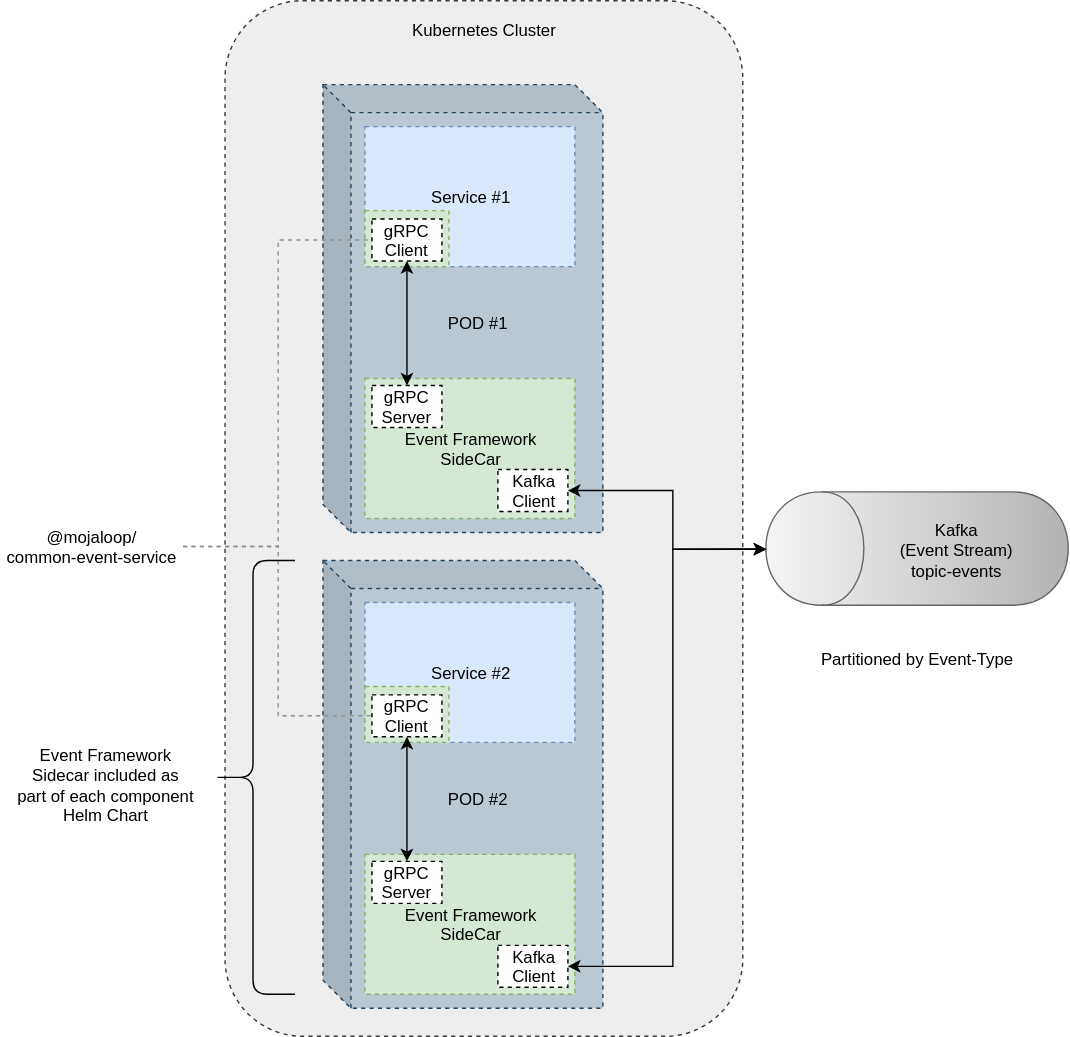
Earlier version of the draw.io export mojaloop-technical-overview/event-framework/assets/diagrams/architecture/architecture-event-sidecar.svg (mojaloop/documentation). Source tidied: cells renumbered, new cells last; positions are measured from the earlier drawing's top-left corner, leaving out a move shared by most shapes.
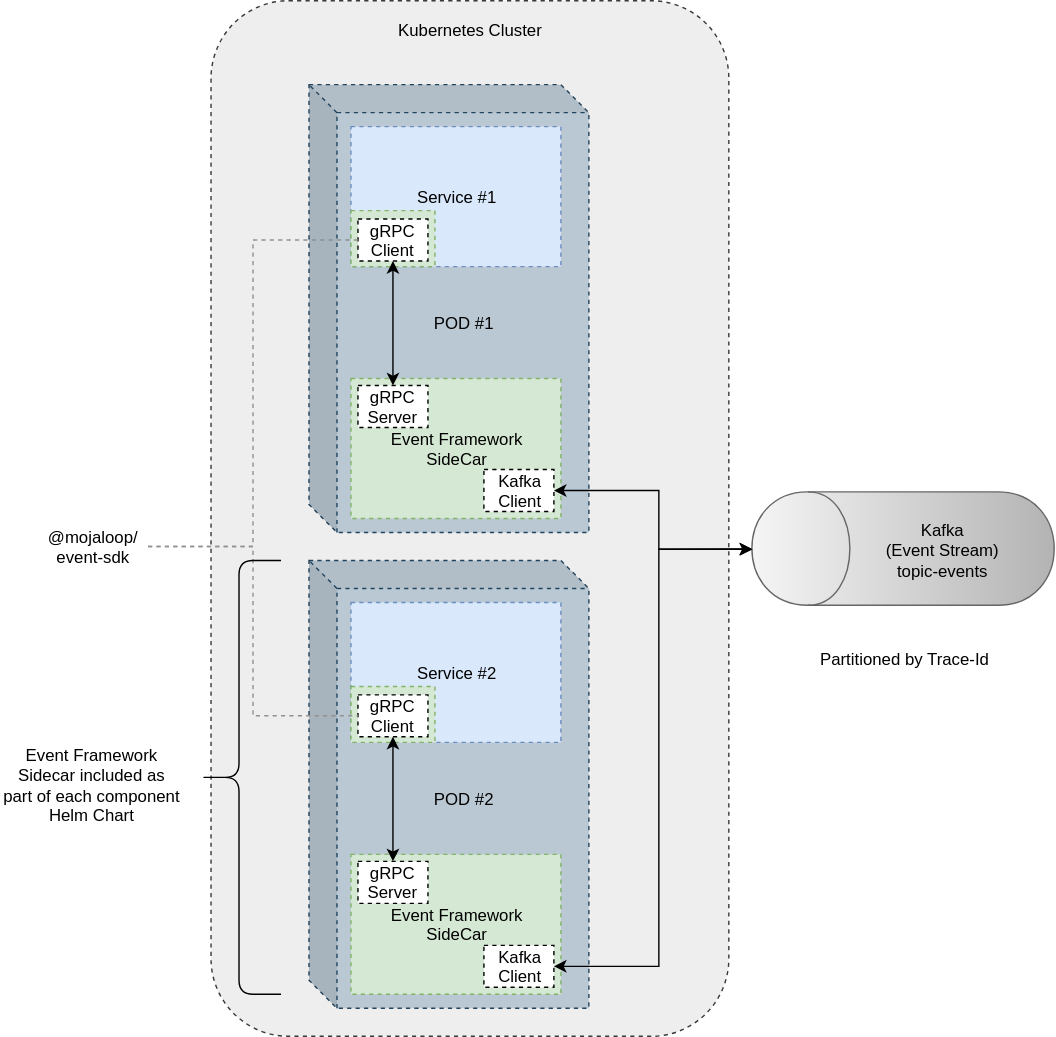
The same file after the commit.

Commit message:
Updated all diagrams for event design changes for PoC

The edit, as a diff of the source:
```diff
@@ -49,7 +49,7 @@
     <mxCell id="15" value="Kafka&lt;br&gt;Client&lt;br&gt;" style="rounded=0;whiteSpace=wrap;html=1;dashed=1;" parent="1" vertex="1">
       <mxGeometry x="355" y="675" width="50" height="30" as="geometry" />
     </mxCell>
-    <mxCell id="16" value="&lt;div style=&quot;text-align: left&quot;&gt;Partitioned by Event-Type&lt;/div&gt;" style="text;html=1;strokeColor=none;fillColor=none;align=center;verticalAlign=middle;whiteSpace=wrap;rounded=0;" parent="1" vertex="1">
+    <mxCell id="16" value="&lt;div style=&quot;text-align: left&quot;&gt;Partitioned by Trace-Id&lt;/div&gt;" style="text;html=1;strokeColor=none;fillColor=none;align=center;verticalAlign=middle;whiteSpace=wrap;rounded=0;" parent="1" vertex="1">
       <mxGeometry x="559.5" y="460" width="190" height="20" as="geometry" />
     </mxCell>
     <mxCell id="17" value="Service #1&lt;br&gt;" style="rounded=0;whiteSpace=wrap;html=1;fillColor=#dae8fc;strokeColor=#6c8ebf;dashed=1;" parent="1" vertex="1">
@@ -76,8 +76,8 @@
     <mxCell id="24" style="edgeStyle=orthogonalEdgeStyle;rounded=0;jettySize=auto;html=1;exitX=1;exitY=0.5;exitDx=0;exitDy=0;entryX=0;entryY=0.5;entryDx=0;entryDy=0;endArrow=none;endFill=0;dashed=1;fillColor=#f5f5f5;strokeColor=#919191;" parent="1" edge="1" source="25" target="22">
       <mxGeometry relative="1" as="geometry" />
     </mxCell>
-    <mxCell id="25" value="@mojaloop/&lt;br&gt;common-event-service" style="text;html=1;strokeColor=none;fillColor=none;align=center;verticalAlign=middle;whiteSpace=wrap;rounded=0;" parent="1" vertex="1">
-      <mxGeometry y="380" width="130" height="20" as="geometry" />
+    <mxCell id="25" value="@mojaloop/&lt;br&gt;event-sdk" style="text;html=1;strokeColor=none;fillColor=none;align=center;verticalAlign=middle;whiteSpace=wrap;rounded=0;" parent="1" vertex="1">
+      <mxGeometry x="35" y="380" width="80" height="20" as="geometry" />
     </mxCell>
     <mxCell id="26" style="edgeStyle=orthogonalEdgeStyle;rounded=0;jettySize=auto;html=1;exitX=1;exitY=0.5;exitDx=0;exitDy=0;entryX=0;entryY=0.5;entryDx=0;entryDy=0;endArrow=none;endFill=0;dashed=1;fillColor=#f5f5f5;strokeColor=#919191;" parent="1" edge="1" source="25" target="13">
       <mxGeometry relative="1" as="geometry" />
```
